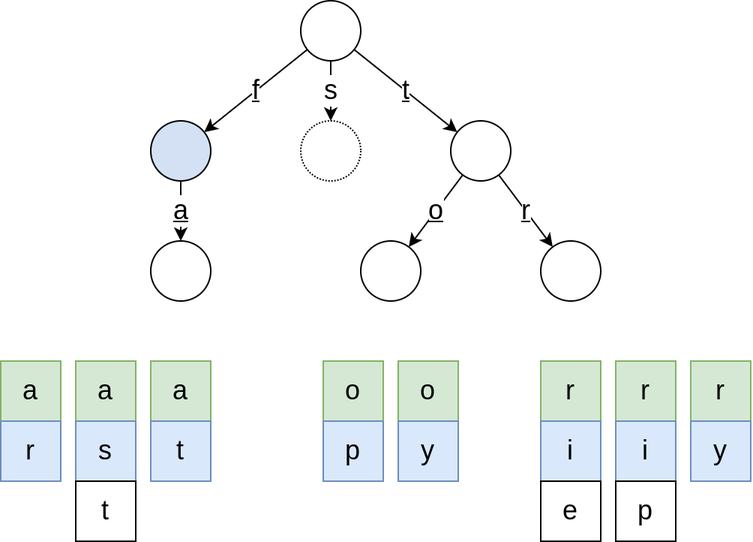
Lavode/63112-data-management-data-structures keeps this draw.io diagram as presentation/resources/initializing_surf_3.png. Above is the earlier version. Source tidied: cells renumbered, new cells last; positions are measured from the earlier drawing's top-left corner, leaving out a move shared by most shapes.
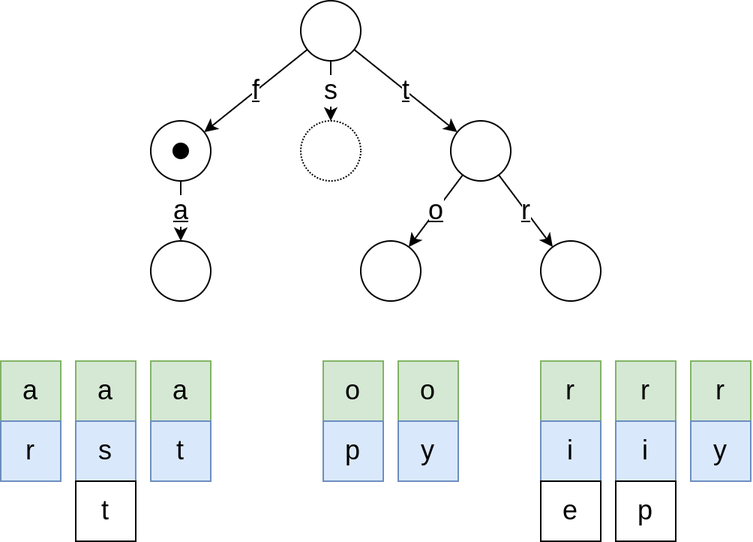
After the change.

Diff of the diagram source:
```diff
@@ -77,7 +77,7 @@
     <mxCell id="26" value="&lt;u&gt;a&lt;/u&gt;" style="edgeStyle=none;rounded=0;jettySize=auto;html=1;fontSize=18;" parent="1" edge="1" source="27" target="31">
       <mxGeometry relative="1" as="geometry" />
     </mxCell>
-    <mxCell id="27" style="ellipse;whiteSpace=wrap;html=1;labelBackgroundColor=default;fillColor=#D4E1F5;" parent="1" vertex="1">
+    <mxCell id="27" style="ellipse;whiteSpace=wrap;html=1;labelBackgroundColor=default;fillColor=none;strokeWidth=1;" parent="1" vertex="1">
       <mxGeometry x="100" y="80" width="40" height="40" as="geometry" />
     </mxCell>
     <mxCell id="28" value="o" style="edgeStyle=none;rounded=0;jettySize=auto;html=1;fontSize=18;fontStyle=4;" parent="1" edge="1" source="30" target="32">
@@ -98,5 +98,8 @@
     <mxCell id="33" style="ellipse;whiteSpace=wrap;html=1;labelBackgroundColor=default;" parent="1" vertex="1">
       <mxGeometry x="360" y="160" width="40" height="40" as="geometry" />
     </mxCell>
+    <mxCell id="34" style="ellipse;whiteSpace=wrap;html=1;shadow=0;labelBackgroundColor=none;sketch=0;fontSize=28;strokeColor=#000000;strokeWidth=1;fillColor=#000000;align=left;verticalAlign=top;" parent="1" vertex="1">
+      <mxGeometry x="115" y="95" width="10" height="10" as="geometry" />
+    </mxCell>
   </root>
 </mxGraphModel>
```
